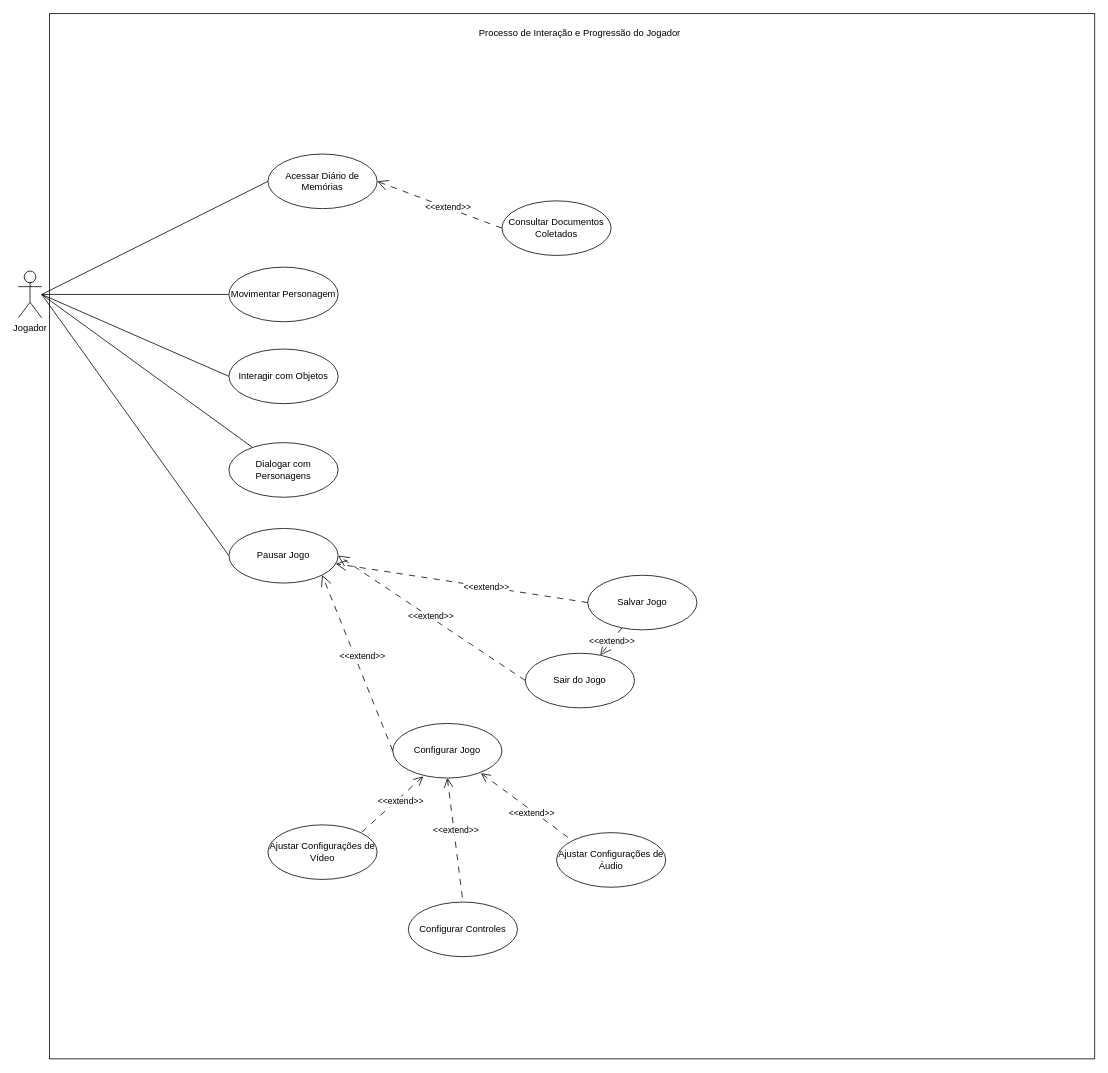
Above: docs/casos-de-uso/caso-de-uso.drawio in omatheusfaria/Ani (draw.io), before the change. Source tidied: cells renumbered, new cells numbered last; positions are measured from the earlier drawing's top-left corner, leaving out a move shared by most shapes. Both pictures are drawn from the tidied source at 78%, with x=0, y=0 at pixel (18, 13).
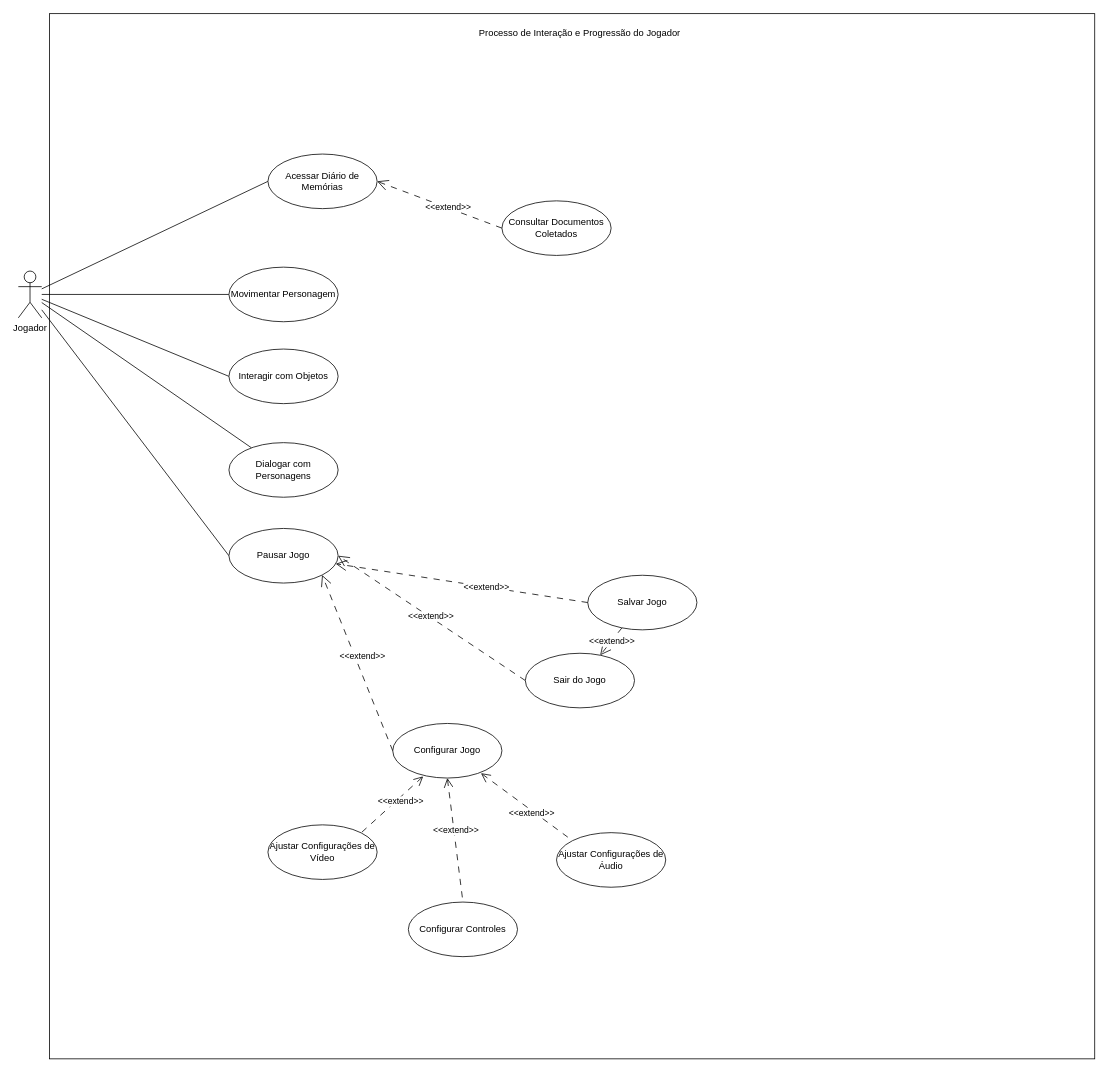
Above is the later version.

Commit message (it also covers changes not shown here):
Liga ao ator as associações soltas do diagrama de casos de uso e fecha o item 42

Unchanged cells that the change refers to:
```xml
<mxCell id="7" value="&lt;div&gt;Jogador&lt;/div&gt;" style="shape=umlActor;verticalLabelPosition=bottom;verticalAlign=top;html=1;outlineConnect=0;" parent="1" vertex="1">
  <mxGeometry y="330" width="30" height="60" as="geometry" />
</mxCell>
<mxCell id="11" value="Interagir com Objetos" style="ellipse;whiteSpace=wrap;html=1;" parent="1" vertex="1">
  <mxGeometry x="270" y="430" width="140" height="70" as="geometry" />
</mxCell>
<mxCell id="13" value="Dialogar com Personagens" style="ellipse;whiteSpace=wrap;html=1;" parent="1" vertex="1">
  <mxGeometry x="270" y="550" width="140" height="70" as="geometry" />
</mxCell>
<mxCell id="31" value="Pausar Jogo" style="ellipse;whiteSpace=wrap;html=1;" parent="1" vertex="1">
  <mxGeometry x="270" y="660" width="140" height="70" as="geometry" />
</mxCell>
<mxCell id="36" value="Acessar Diário de Memórias" style="ellipse;whiteSpace=wrap;html=1;" parent="1" vertex="1">
  <mxGeometry x="320" y="180" width="140" height="70" as="geometry" />
</mxCell>
```

The edit, as a diff of the source:
```diff
@@
-    <mxCell id="4" style="rounded=0;jettySize=auto;html=1;entryX=0;entryY=0.5;entryDx=0;entryDy=0;endArrow=none;endFill=0;" parent="1" edge="1" target="11">
-      <mxGeometry relative="1" as="geometry">
-        <mxPoint x="30" y="360" as="sourcePoint" />
-      </mxGeometry>
+    <mxCell id="4" style="rounded=0;jettySize=auto;html=1;entryX=0;entryY=0.5;entryDx=0;entryDy=0;endArrow=none;endFill=0;" parent="1" edge="1" source="7" target="11">
+      <mxGeometry relative="1" as="geometry" />
     </mxCell>
-    <mxCell id="5" style="rounded=0;jettySize=auto;html=1;entryX=0;entryY=0.5;entryDx=0;entryDy=0;endArrow=none;endFill=0;" parent="1" edge="1" target="31">
-      <mxGeometry relative="1" as="geometry">
-        <mxPoint x="30" y="360" as="sourcePoint" />
-      </mxGeometry>
+    <mxCell id="5" style="rounded=0;jettySize=auto;html=1;entryX=0;entryY=0.5;entryDx=0;entryDy=0;endArrow=none;endFill=0;" parent="1" edge="1" source="7" target="31">
+      <mxGeometry relative="1" as="geometry" />
     </mxCell>
-    <mxCell id="6" style="rounded=0;jettySize=auto;html=1;entryX=0;entryY=0.5;entryDx=0;entryDy=0;endArrow=none;endFill=0;" parent="1" edge="1" target="36">
-      <mxGeometry relative="1" as="geometry">
-        <mxPoint x="30" y="360" as="sourcePoint" />
-      </mxGeometry>
+    <mxCell id="6" style="rounded=0;jettySize=auto;html=1;entryX=0;entryY=0.5;entryDx=0;entryDy=0;endArrow=none;endFill=0;" parent="1" edge="1" source="7" target="36">
+      <mxGeometry relative="1" as="geometry" />
     </mxCell>
@@
-    <mxCell id="12" style="rounded=0;jettySize=auto;html=1;endArrow=none;endFill=0;" parent="1" edge="1" source="13">
-      <mxGeometry relative="1" as="geometry">
-        <mxPoint x="30" y="360" as="targetPoint" />
-      </mxGeometry>
+    <mxCell id="12" style="rounded=0;jettySize=auto;html=1;endArrow=none;endFill=0;" parent="1" edge="1" source="13" target="7">
+      <mxGeometry relative="1" as="geometry" />
     </mxCell>
```
